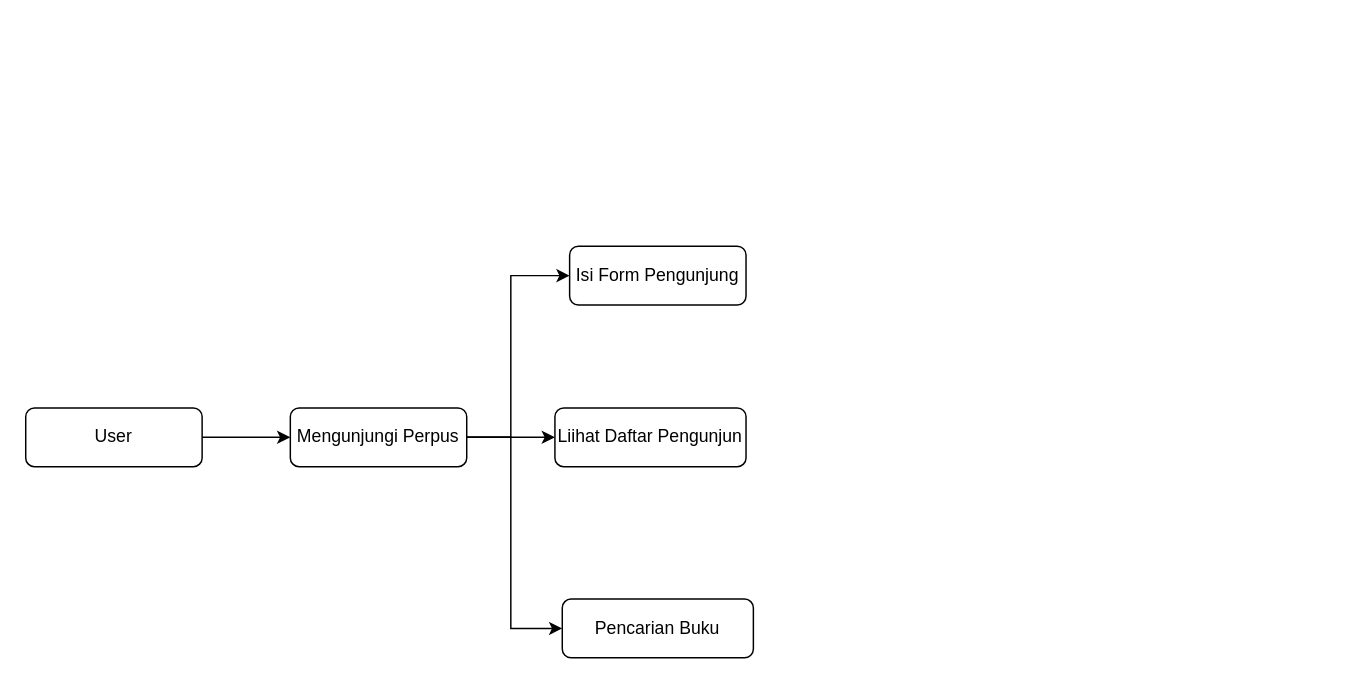
This is Alur-Perpus-Digital.drawio from wijdancompany/perpus-digital, a draw.io file, before an edit. Source tidied: cells renumbered, new cells numbered last; positions are measured from the earlier drawing's top-left corner, leaving out a move shared by most shapes. Both pictures are drawn from the tidied source at 147%, with x=0, y=0 at pixel (25, 245).
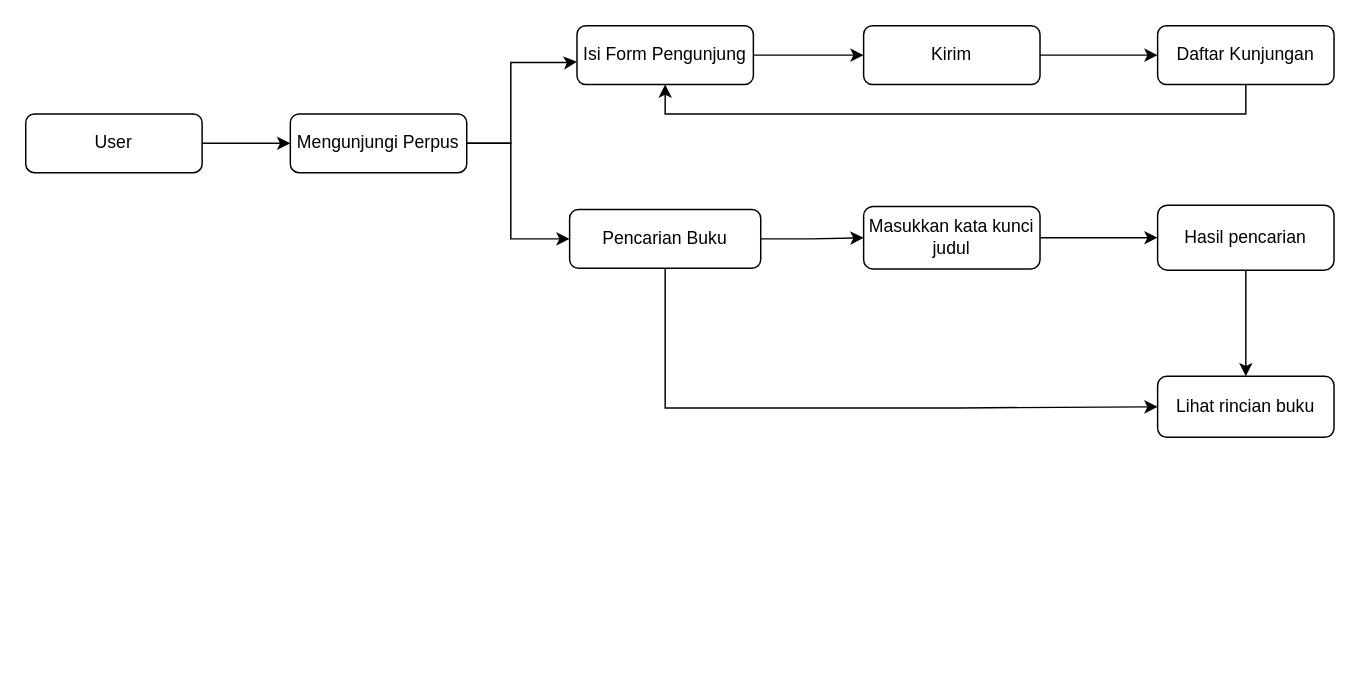
After the change.

Diff of the diagram source:
```diff
@@
     <mxCell id="3" value="User" style="rounded=1;whiteSpace=wrap;html=1;" parent="1" vertex="1">
-      <mxGeometry y="110" width="120" height="40" as="geometry" />
+      <mxGeometry y="-90" width="120" height="40" as="geometry" />
     </mxCell>
-    <mxCell id="4" style="edgeStyle=orthogonalEdgeStyle;rounded=0;jettySize=auto;html=1;" parent="1" edge="1" source="7" target="8">
+    <mxCell id="4" style="edgeStyle=orthogonalEdgeStyle;rounded=0;jettySize=auto;html=1;entryX=0;entryY=0.614;entryDx=0;entryDy=0;entryPerimeter=0;" parent="1" edge="1" source="7" target="8">
       <mxGeometry relative="1" as="geometry">
         <Array as="points">
-          <mxPoint x="330" y="130" />
-          <mxPoint x="330" y="20" />
+          <mxPoint x="330" y="-70" />
+          <mxPoint x="330" y="-125" />
+          <mxPoint x="370" y="-125" />
         </Array>
       </mxGeometry>
     </mxCell>
-    <mxCell id="5" style="edgeStyle=orthogonalEdgeStyle;rounded=0;jettySize=auto;html=1;" parent="1" edge="1" source="7" target="9">
-      <mxGeometry relative="1" as="geometry" />
-    </mxCell>
     <mxCell id="6" style="edgeStyle=orthogonalEdgeStyle;rounded=0;jettySize=auto;html=1;entryX=0;entryY=0.5;entryDx=0;entryDy=0;" parent="1" edge="1" source="7" target="10">
       <mxGeometry relative="1" as="geometry">
         <Array as="points">
-          <mxPoint x="330" y="130" />
-          <mxPoint x="330" y="260" />
+          <mxPoint x="330" y="-70" />
+          <mxPoint x="330" y="-5" />
         </Array>
       </mxGeometry>
     </mxCell>
     <mxCell id="7" value="Mengunjungi Perpus" style="whiteSpace=wrap;html=1;rounded=1;" parent="1" vertex="1">
-      <mxGeometry x="180" y="110" width="120" height="40" as="geometry" />
+      <mxGeometry x="180" y="-90" width="120" height="40" as="geometry" />
     </mxCell>
+    <mxCell id="11" style="edgeStyle=orthogonalEdgeStyle;rounded=0;jettySize=auto;html=1;" parent="1" edge="1" source="8" target="16">
+      <mxGeometry relative="1" as="geometry" />
+    </mxCell>
     <mxCell id="8" value="Isi Form Pengunjung" style="whiteSpace=wrap;html=1;rounded=1;" parent="1" vertex="1">
-      <mxGeometry x="370" width="120" height="40" as="geometry" />
+      <mxGeometry x="375" y="-150" width="120" height="40" as="geometry" />
     </mxCell>
-    <mxCell id="9" value="Liihat Daftar Pengunjun" style="whiteSpace=wrap;html=1;rounded=1;" parent="1" vertex="1">
-      <mxGeometry x="360" y="110" width="130" height="40" as="geometry" />
-    </mxCell>
+    <mxCell id="12" style="edgeStyle=orthogonalEdgeStyle;rounded=0;jettySize=auto;html=1;" parent="1" edge="1" source="10" target="19">
+      <mxGeometry relative="1" as="geometry" />
+    </mxCell>
+    <mxCell id="13" style="edgeStyle=orthogonalEdgeStyle;rounded=0;jettySize=auto;html=1;entryX=0;entryY=0.5;entryDx=0;entryDy=0;" parent="1" edge="1" source="10" target="22">
+      <mxGeometry relative="1" as="geometry">
+        <Array as="points">
+          <mxPoint x="435" y="110" />
+          <mxPoint x="635" y="110" />
+        </Array>
+      </mxGeometry>
+    </mxCell>
     <mxCell id="10" value="Pencarian Buku" style="whiteSpace=wrap;html=1;rounded=1;" parent="1" vertex="1">
-      <mxGeometry x="365" y="240" width="130" height="40" as="geometry" />
+      <mxGeometry x="370" y="-25" width="130" height="40" as="geometry" />
     </mxCell>
+    <mxCell id="14" style="edgeStyle=orthogonalEdgeStyle;rounded=0;jettySize=auto;html=1;entryX=0.5;entryY=1;entryDx=0;entryDy=0;" parent="1" edge="1" source="17" target="8">
+      <mxGeometry relative="1" as="geometry">
+        <Array as="points">
+          <mxPoint x="830" y="-90" />
+          <mxPoint x="435" y="-90" />
+        </Array>
+      </mxGeometry>
+    </mxCell>
+    <mxCell id="15" style="edgeStyle=orthogonalEdgeStyle;rounded=0;jettySize=auto;html=1;" parent="1" edge="1" source="16" target="17">
+      <mxGeometry relative="1" as="geometry" />
+    </mxCell>
+    <mxCell id="16" value="Kirim" style="whiteSpace=wrap;html=1;rounded=1;" parent="1" vertex="1">
+      <mxGeometry x="570" y="-150" width="120" height="40" as="geometry" />
+    </mxCell>
+    <mxCell id="17" value="Daftar Kunjungan" style="whiteSpace=wrap;html=1;rounded=1;" parent="1" vertex="1">
+      <mxGeometry x="770" y="-150" width="120" height="40" as="geometry" />
+    </mxCell>
+    <mxCell id="18" style="edgeStyle=orthogonalEdgeStyle;rounded=0;jettySize=auto;html=1;" parent="1" edge="1" source="19" target="21">
+      <mxGeometry relative="1" as="geometry" />
+    </mxCell>
+    <mxCell id="19" value="Masukkan kata kunci judul" style="whiteSpace=wrap;html=1;rounded=1;" parent="1" vertex="1">
+      <mxGeometry x="570" y="-27" width="120" height="42.5" as="geometry" />
+    </mxCell>
+    <mxCell id="20" style="edgeStyle=orthogonalEdgeStyle;rounded=0;jettySize=auto;html=1;" parent="1" edge="1" source="21" target="22">
+      <mxGeometry relative="1" as="geometry" />
+    </mxCell>
+    <mxCell id="21" value="Hasil pencarian" style="whiteSpace=wrap;html=1;rounded=1;" parent="1" vertex="1">
+      <mxGeometry x="770" y="-27.9" width="120" height="44.2" as="geometry" />
+    </mxCell>
+    <mxCell id="22" value="Lihat rincian buku" style="whiteSpace=wrap;html=1;rounded=1;" parent="1" vertex="1">
+      <mxGeometry x="770" y="88.5" width="120" height="41.5" as="geometry" />
+    </mxCell>
```
